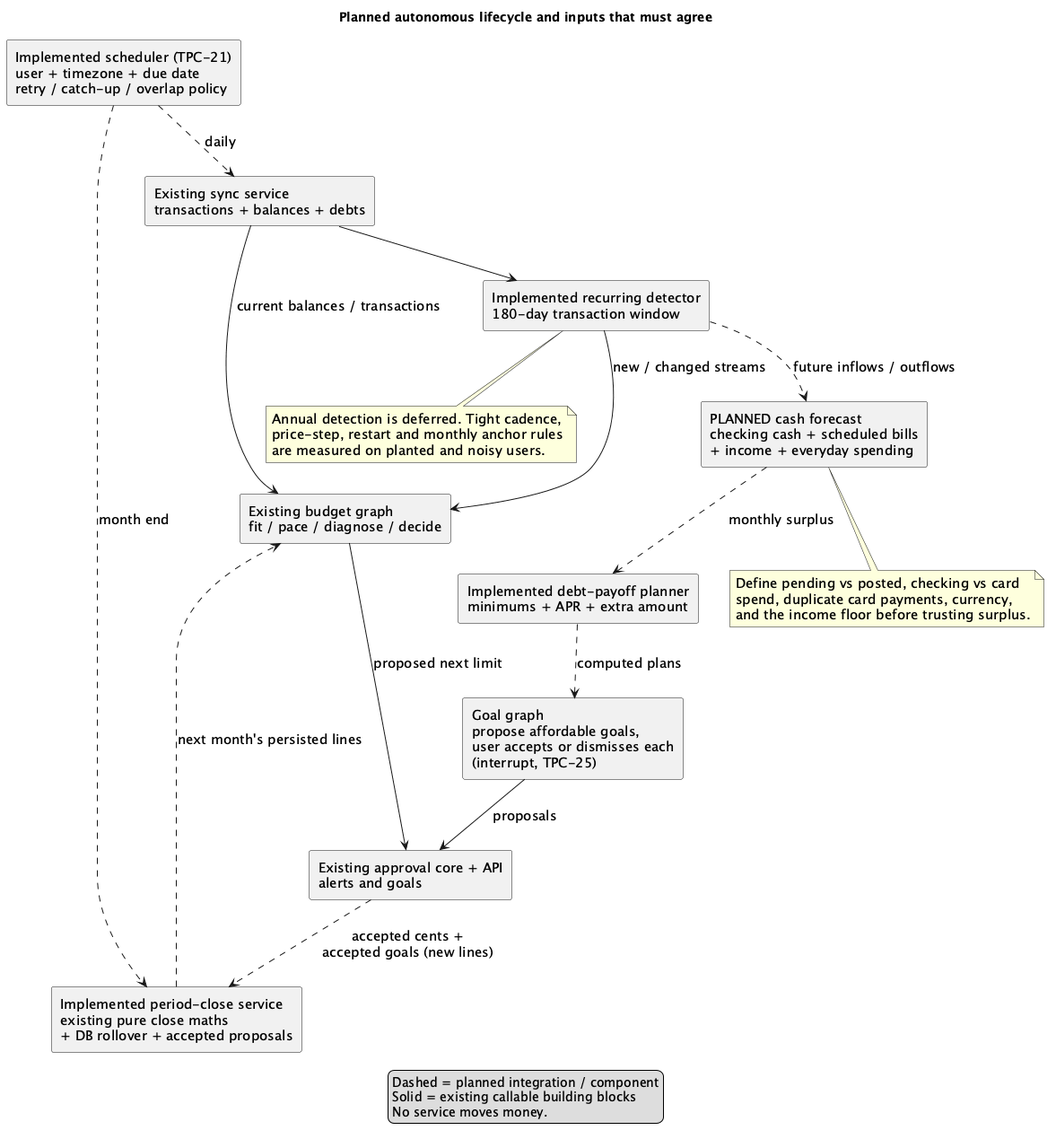
Earlier version of the PlantUML export docs/diagrams/remaining-lifecycle.png (Del0m/Agentic-Financial-Dashboard).
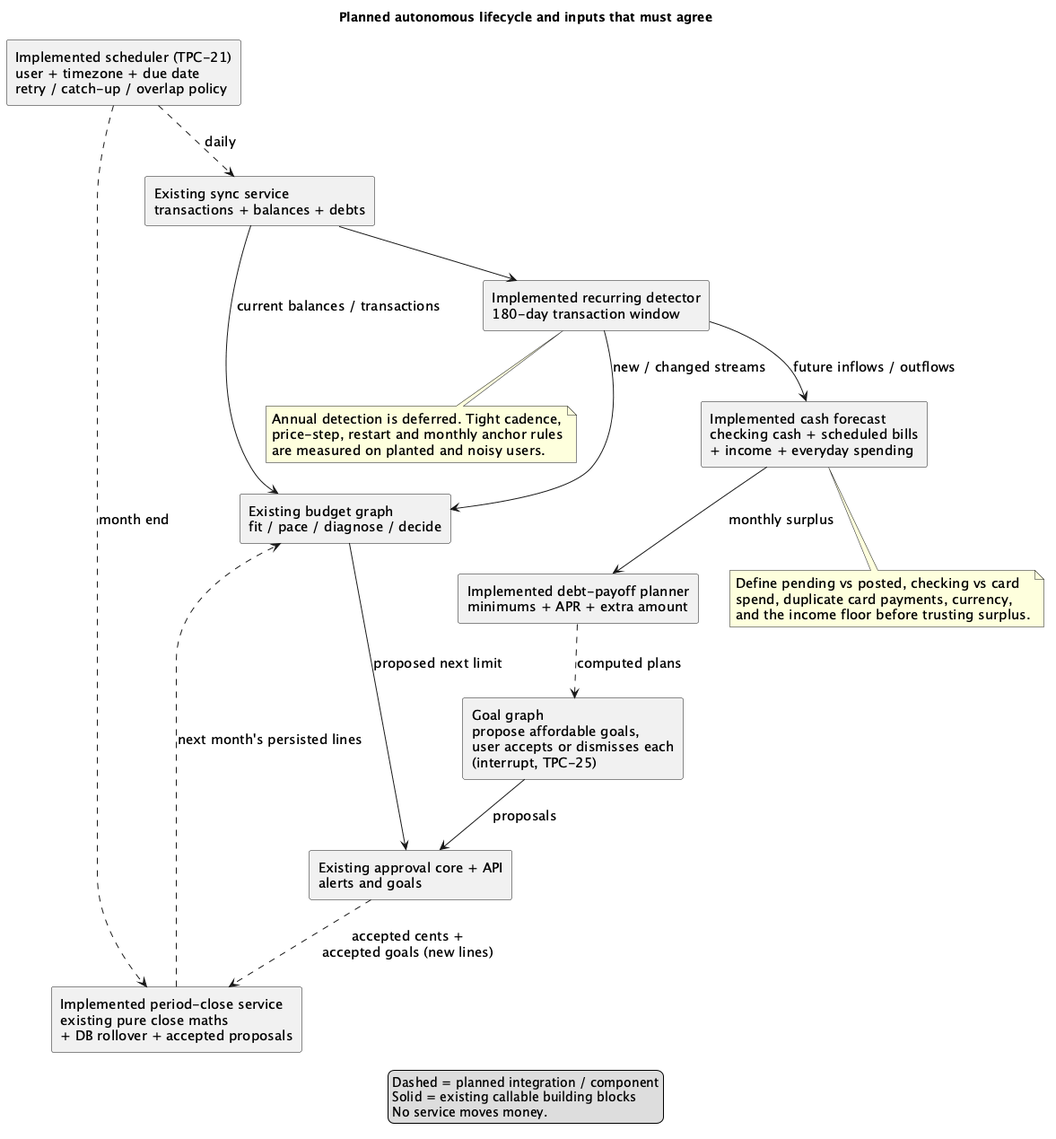
After the commit.

Change to the diagram source:
```diff
@@ -9,7 +9,7 @@
 component "Existing sync service\ntransactions + balances + debts" as sync
 component "Existing budget graph\nfit / pace / diagnose / decide" as budget
 component "Implemented recurring detector\n180-day transaction window" as recurring
-component "PLANNED cash forecast\nchecking cash + scheduled bills\n+ income + everyday spending" as forecast
+component "Implemented cash forecast\nchecking cash + scheduled bills\n+ income + everyday spending" as forecast
 component "Implemented debt-payoff planner\nminimums + APR + extra amount" as payoff
 component "Goal graph\npropose affordable goals,\nuser accepts or dismisses each\n(interrupt, TPC-25)" as goal
 component "Existing approval core + API\nalerts and goals" as approval
@@ -17,9 +17,9 @@
 schedule ..> sync : daily
 sync --> budget : current balances / transactions
 sync --> recurring
-recurring ..> forecast : future inflows / outflows
+recurring --> forecast : future inflows / outflows
 recurring --> budget : new / changed streams
-forecast ..> payoff : monthly surplus
+forecast --> payoff : monthly surplus
 payoff ..> goal : computed plans
 goal --> approval : proposals
 budget --> approval : proposed next limit
```
